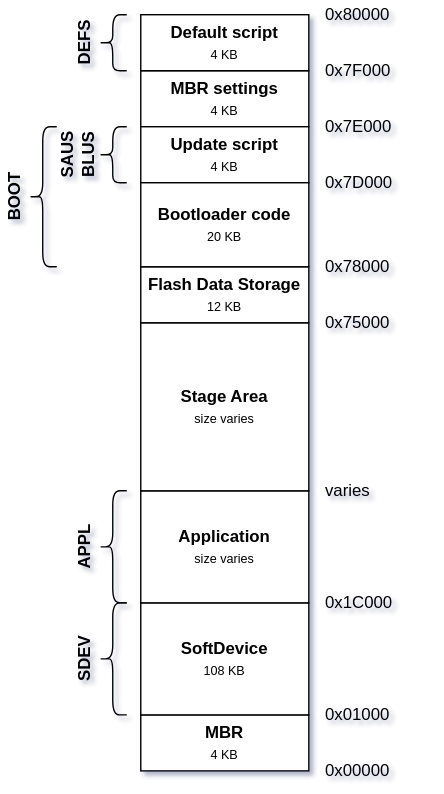
This is nolobolo_s113_map.svg from doki-nordic/draw.io, a draw.io export, as it was before one commit. Source tidied: cells renumbered, new cells last; positions are measured from the earlier drawing's top-left corner, leaving out a move shared by most shapes.
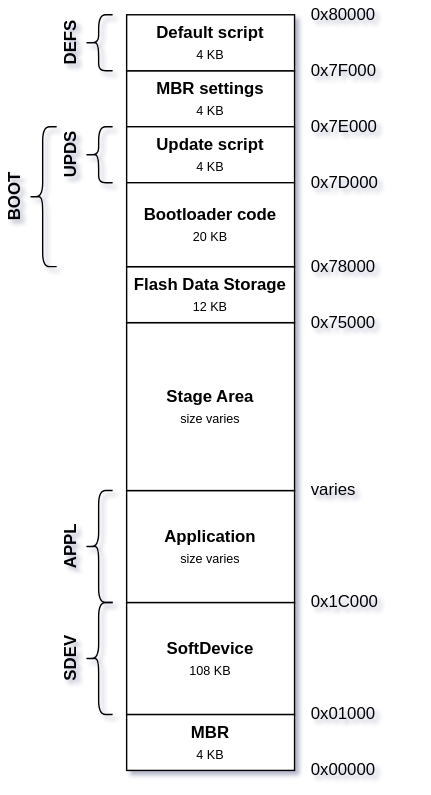
Above is the later version.

Diff of the diagram source:
```diff
@@ -27,7 +27,7 @@
       <mxGeometry x="70" y="350" width="20" height="80" as="geometry" />
     </mxCell>
     <mxCell id="10" style="shape=curlyBracket;whiteSpace=wrap;html=1;rounded=1;rotation=0;" parent="1" vertex="1">
-      <mxGeometry x="20" y="90" width="20" height="100" as="geometry" />
+      <mxGeometry x="30" y="90" width="20" height="100" as="geometry" />
     </mxCell>
     <mxCell id="11" value="SDEV" style="text;html=1;strokeColor=none;fillColor=none;align=center;verticalAlign=middle;whiteSpace=wrap;rounded=0;horizontal=0;fontStyle=1;" parent="1" vertex="1">
       <mxGeometry x="50" y="430" width="20" height="80" as="geometry" />
@@ -36,7 +36,7 @@
       <mxGeometry x="50" y="350" width="20" height="80" as="geometry" />
     </mxCell>
     <mxCell id="13" value="BOOT" style="text;html=1;strokeColor=none;fillColor=none;align=center;verticalAlign=middle;whiteSpace=wrap;rounded=0;horizontal=0;fontStyle=1;" parent="1" vertex="1">
-      <mxGeometry y="90" width="20" height="100" as="geometry" />
+      <mxGeometry x="10" y="90" width="20" height="100" as="geometry" />
     </mxCell>
     <mxCell id="14" value="0x00000" style="text;html=1;strokeColor=none;fillColor=none;align=left;verticalAlign=middle;whiteSpace=wrap;rounded=0;rotation=0;" parent="1" vertex="1">
       <mxGeometry x="230" y="540" width="60" height="20" as="geometry" />
@@ -59,8 +59,8 @@
     <mxCell id="20" style="shape=curlyBracket;whiteSpace=wrap;html=1;rounded=1;rotation=0;" parent="1" vertex="1">
       <mxGeometry x="70" y="90" width="20" height="40" as="geometry" />
     </mxCell>
-    <mxCell id="21" value="SAUS BLUS" style="text;html=1;strokeColor=none;fillColor=none;align=center;verticalAlign=middle;whiteSpace=wrap;rounded=0;horizontal=0;fontStyle=1;" parent="1" vertex="1">
-      <mxGeometry x="40" y="90" width="30" height="40" as="geometry" />
+    <mxCell id="21" value="UPDS" style="text;html=1;strokeColor=none;fillColor=none;align=center;verticalAlign=middle;whiteSpace=wrap;rounded=0;horizontal=0;fontStyle=1;" parent="1" vertex="1">
+      <mxGeometry x="50" y="90" width="20" height="40" as="geometry" />
     </mxCell>
     <mxCell id="22" value="&lt;b&gt;Update script&lt;br&gt;&lt;/b&gt;&lt;font style=&quot;font-size: 9px&quot;&gt;4 KB&lt;/font&gt;" style="rounded=0;whiteSpace=wrap;html=1;strokeWidth=1;perimeterSpacing=0;" parent="1" vertex="1">
       <mxGeometry x="100" y="90" width="120" height="40" as="geometry" />
```
